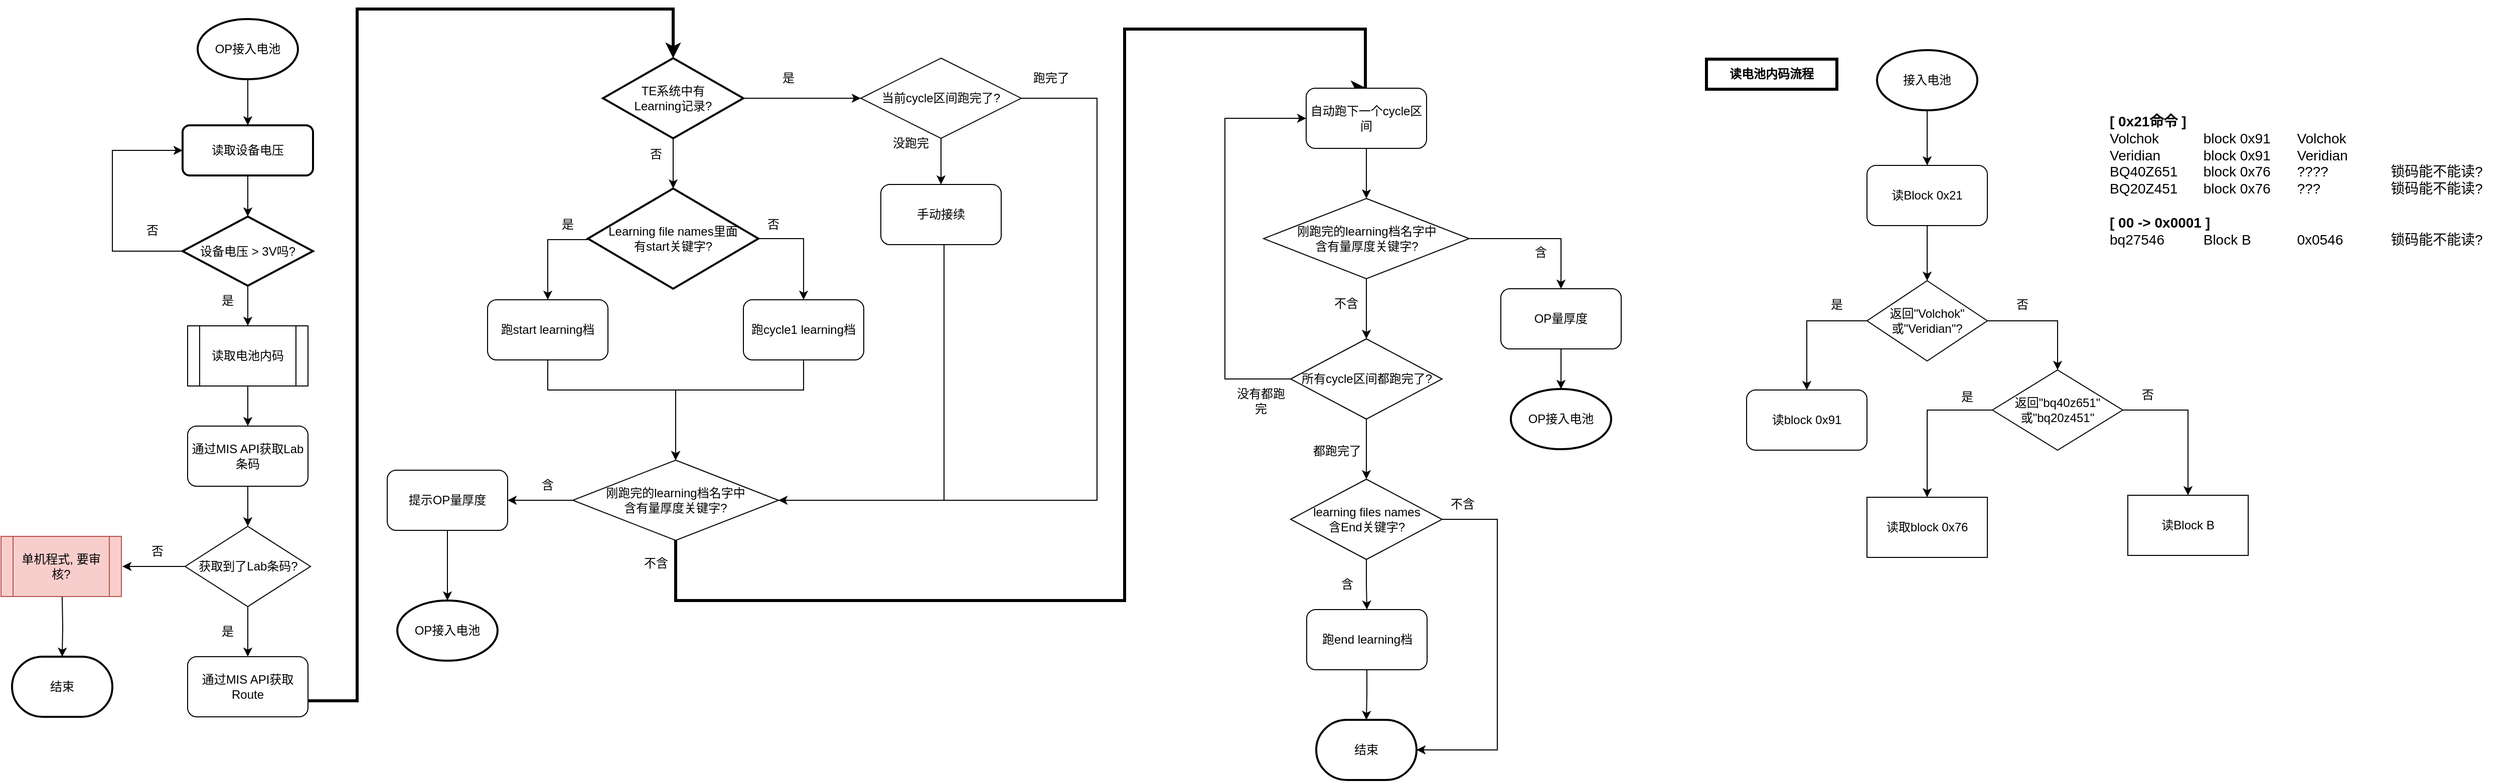
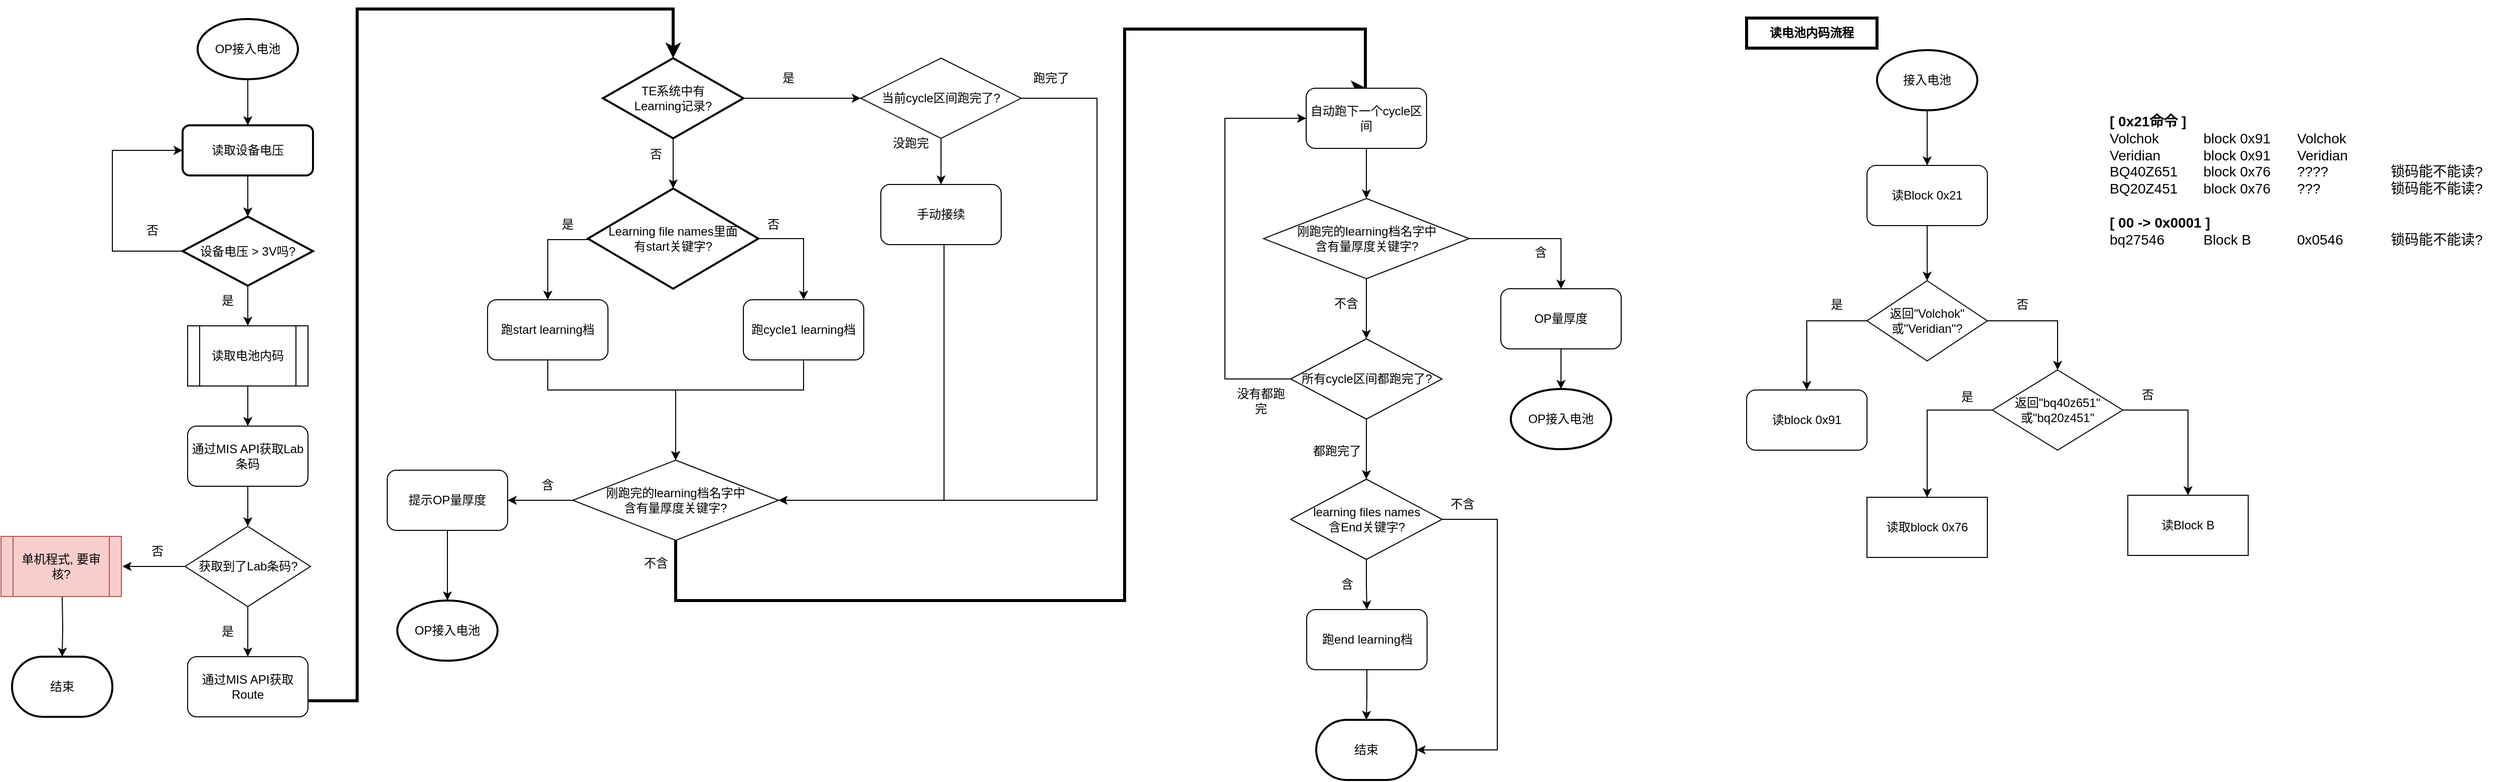
<mxfile host="app.diagrams.net">
  <diagram name="第 1 页" id="3HldnIOuQtLrwHUO-1mN">
    <mxGraphModel dx="1318" dy="774" grid="1" gridSize="10" guides="1" tooltips="1" connect="1" arrows="1" fold="1" page="1" pageScale="1" pageWidth="1169" pageHeight="827" background="#FFFFFF" math="0" shadow="0">
      <root>
        <mxCell id="0" />
        <mxCell id="1" parent="0" />
        <mxCell id="qRa3hty1LtdxE0hFs_0w-8" edge="1" parent="1" source="qRa3hty1LtdxE0hFs_0w-4" style="edgeStyle=orthogonalEdgeStyle;rounded=0;orthogonalLoop=1;jettySize=auto;html=1;" target="qRa3hty1LtdxE0hFs_0w-6" value="">
          <mxGeometry relative="1" as="geometry" />
        </mxCell>
        <mxCell id="qRa3hty1LtdxE0hFs_0w-4" parent="1" style="strokeWidth=2;html=1;shape=mxgraph.flowchart.start_1;whiteSpace=wrap;" value="OP接入电池" vertex="1">
          <mxGeometry height="60" width="100" x="216" y="20" as="geometry" />
        </mxCell>
        <mxCell id="qRa3hty1LtdxE0hFs_0w-9" edge="1" parent="1" source="qRa3hty1LtdxE0hFs_0w-6" style="edgeStyle=orthogonalEdgeStyle;rounded=0;orthogonalLoop=1;jettySize=auto;html=1;" target="qRa3hty1LtdxE0hFs_0w-7" value="">
          <mxGeometry relative="1" as="geometry" />
        </mxCell>
        <mxCell id="qRa3hty1LtdxE0hFs_0w-6" parent="1" style="rounded=1;whiteSpace=wrap;html=1;absoluteArcSize=1;arcSize=14;strokeWidth=2;" value="读取设备电压" vertex="1">
          <mxGeometry height="50" width="130" x="201" y="126" as="geometry" />
        </mxCell>
        <mxCell id="qRa3hty1LtdxE0hFs_0w-14" edge="1" parent="1" source="qRa3hty1LtdxE0hFs_0w-7" style="edgeStyle=orthogonalEdgeStyle;rounded=0;orthogonalLoop=1;jettySize=auto;html=1;" target="qRa3hty1LtdxE0hFs_0w-13" value="">
          <mxGeometry relative="1" as="geometry" />
        </mxCell>
        <mxCell id="qRa3hty1LtdxE0hFs_0w-25" edge="1" parent="1" source="qRa3hty1LtdxE0hFs_0w-7" style="edgeStyle=orthogonalEdgeStyle;rounded=0;orthogonalLoop=1;jettySize=auto;html=1;entryX=0;entryY=0.5;entryDx=0;entryDy=0;" target="qRa3hty1LtdxE0hFs_0w-6">
          <mxGeometry relative="1" as="geometry">
            <Array as="points">
              <mxPoint x="131" y="252" />
              <mxPoint x="131" y="151" />
            </Array>
            <mxPoint x="411" y="146" as="targetPoint" />
          </mxGeometry>
        </mxCell>
        <mxCell id="qRa3hty1LtdxE0hFs_0w-7" parent="1" style="strokeWidth=2;html=1;shape=mxgraph.flowchart.decision;whiteSpace=wrap;" value="设备电压 &amp;gt; 3V吗?" vertex="1">
          <mxGeometry height="69" width="130" x="201" y="217" as="geometry" />
        </mxCell>
        <mxCell id="qRa3hty1LtdxE0hFs_0w-11" parent="1" style="text;html=1;whiteSpace=wrap;strokeColor=none;fillColor=none;align=center;verticalAlign=middle;rounded=0;" value="&lt;div&gt;否&lt;/div&gt;" vertex="1">
          <mxGeometry height="30" width="60" x="141" y="216" as="geometry" />
        </mxCell>
        <mxCell id="qRa3hty1LtdxE0hFs_0w-12" parent="1" style="text;html=1;whiteSpace=wrap;strokeColor=none;fillColor=none;align=center;verticalAlign=middle;rounded=0;" value="&lt;div&gt;是&lt;/div&gt;" vertex="1">
          <mxGeometry height="30" width="60" x="216" y="286" as="geometry" />
        </mxCell>
        <mxCell id="qRa3hty1LtdxE0hFs_0w-16" edge="1" parent="1" source="qRa3hty1LtdxE0hFs_0w-13" style="edgeStyle=orthogonalEdgeStyle;rounded=0;orthogonalLoop=1;jettySize=auto;html=1;" target="qRa3hty1LtdxE0hFs_0w-15" value="">
          <mxGeometry relative="1" as="geometry" />
        </mxCell>
        <mxCell id="qRa3hty1LtdxE0hFs_0w-13" parent="1" style="shape=process;whiteSpace=wrap;html=1;backgroundOutline=1;" value="读取电池内码" vertex="1">
          <mxGeometry height="60" width="120" x="206" y="326" as="geometry" />
        </mxCell>
        <mxCell id="qRa3hty1LtdxE0hFs_0w-20" edge="1" parent="1" source="qRa3hty1LtdxE0hFs_0w-15" style="edgeStyle=orthogonalEdgeStyle;rounded=0;orthogonalLoop=1;jettySize=auto;html=1;" target="qRa3hty1LtdxE0hFs_0w-19" value="">
          <mxGeometry relative="1" as="geometry" />
        </mxCell>
        <mxCell id="qRa3hty1LtdxE0hFs_0w-15" parent="1" style="rounded=1;whiteSpace=wrap;html=1;" value="通过MIS API获取Lab条码" vertex="1">
          <mxGeometry height="60" width="120" x="206" y="426" as="geometry" />
        </mxCell>
        <mxCell id="qRa3hty1LtdxE0hFs_0w-31" edge="1" parent="1" source="qRa3hty1LtdxE0hFs_0w-17" style="edgeStyle=orthogonalEdgeStyle;rounded=0;orthogonalLoop=1;jettySize=auto;html=1;entryX=0.5;entryY=0;entryDx=0;entryDy=0;entryPerimeter=0;strokeWidth=3;" target="qRa3hty1LtdxE0hFs_0w-30" value="">
          <mxGeometry relative="1" as="geometry">
            <Array as="points">
              <mxPoint x="375" y="700" />
              <mxPoint x="375" y="10" />
              <mxPoint x="690" y="10" />
            </Array>
          </mxGeometry>
        </mxCell>
        <mxCell id="qRa3hty1LtdxE0hFs_0w-17" parent="1" style="rounded=1;whiteSpace=wrap;html=1;" value="通过MIS API获取Route" vertex="1">
          <mxGeometry height="60" width="120" x="206" y="656" as="geometry" />
        </mxCell>
        <mxCell id="qRa3hty1LtdxE0hFs_0w-21" edge="1" parent="1" source="qRa3hty1LtdxE0hFs_0w-19" style="edgeStyle=orthogonalEdgeStyle;rounded=0;orthogonalLoop=1;jettySize=auto;html=1;" target="qRa3hty1LtdxE0hFs_0w-17" value="">
          <mxGeometry relative="1" as="geometry" />
        </mxCell>
        <mxCell id="qRa3hty1LtdxE0hFs_0w-27" edge="1" parent="1" source="qRa3hty1LtdxE0hFs_0w-19" style="edgeStyle=orthogonalEdgeStyle;rounded=0;orthogonalLoop=1;jettySize=auto;html=1;" value="">
          <mxGeometry relative="1" as="geometry">
            <mxPoint x="141" y="566" as="targetPoint" />
          </mxGeometry>
        </mxCell>
        <mxCell id="qRa3hty1LtdxE0hFs_0w-19" parent="1" style="rhombus;whiteSpace=wrap;html=1;" value="获取到了Lab条码?" vertex="1">
          <mxGeometry height="80" width="125" x="203.5" y="526" as="geometry" />
        </mxCell>
        <mxCell id="qRa3hty1LtdxE0hFs_0w-22" parent="1" style="text;html=1;whiteSpace=wrap;strokeColor=none;fillColor=none;align=center;verticalAlign=middle;rounded=0;" value="是" vertex="1">
          <mxGeometry height="30" width="60" x="216" y="616" as="geometry" />
        </mxCell>
        <mxCell id="qRa3hty1LtdxE0hFs_0w-29" edge="1" parent="1" style="edgeStyle=orthogonalEdgeStyle;rounded=0;orthogonalLoop=1;jettySize=auto;html=1;" target="qRa3hty1LtdxE0hFs_0w-28" value="">
          <mxGeometry relative="1" as="geometry">
            <mxPoint x="81" y="596" as="sourcePoint" />
          </mxGeometry>
        </mxCell>
        <mxCell id="qRa3hty1LtdxE0hFs_0w-26" parent="1" style="shape=process;whiteSpace=wrap;html=1;backgroundOutline=1;fillColor=#f8cecc;strokeColor=#b85450;" value="单机程式, 要审核?" vertex="1">
          <mxGeometry height="60" width="120" x="20" y="536" as="geometry" />
        </mxCell>
        <mxCell id="qRa3hty1LtdxE0hFs_0w-28" parent="1" style="strokeWidth=2;html=1;shape=mxgraph.flowchart.terminator;whiteSpace=wrap;" value="结束" vertex="1">
          <mxGeometry height="60" width="100" x="31" y="656" as="geometry" />
        </mxCell>
        <mxCell id="qRa3hty1LtdxE0hFs_0w-34" edge="1" parent="1" source="qRa3hty1LtdxE0hFs_0w-30" style="edgeStyle=orthogonalEdgeStyle;rounded=0;orthogonalLoop=1;jettySize=auto;html=1;" target="qRa3hty1LtdxE0hFs_0w-33" value="">
          <mxGeometry relative="1" as="geometry" />
        </mxCell>
        <mxCell id="qRa3hty1LtdxE0hFs_0w-38" edge="1" parent="1" source="qRa3hty1LtdxE0hFs_0w-30" style="edgeStyle=orthogonalEdgeStyle;rounded=0;orthogonalLoop=1;jettySize=auto;html=1;" target="qRa3hty1LtdxE0hFs_0w-37" value="">
          <mxGeometry relative="1" as="geometry" />
        </mxCell>
        <mxCell id="qRa3hty1LtdxE0hFs_0w-30" parent="1" style="strokeWidth=2;html=1;shape=mxgraph.flowchart.decision;whiteSpace=wrap;" value="&lt;div&gt;TE系统中有&lt;/div&gt;&lt;div&gt;Learning记录?&lt;/div&gt;" vertex="1">
          <mxGeometry height="80" width="140" x="620" y="59" as="geometry" />
        </mxCell>
        <mxCell id="qRa3hty1LtdxE0hFs_0w-45" edge="1" parent="1" source="qRa3hty1LtdxE0hFs_0w-33" style="edgeStyle=orthogonalEdgeStyle;rounded=0;orthogonalLoop=1;jettySize=auto;html=1;" target="qRa3hty1LtdxE0hFs_0w-44" value="">
          <mxGeometry relative="1" as="geometry">
            <Array as="points">
              <mxPoint x="565" y="240" />
            </Array>
          </mxGeometry>
        </mxCell>
        <mxCell id="qRa3hty1LtdxE0hFs_0w-67" edge="1" parent="1" source="qRa3hty1LtdxE0hFs_0w-33" style="edgeStyle=orthogonalEdgeStyle;rounded=0;orthogonalLoop=1;jettySize=auto;html=1;entryX=0.5;entryY=0;entryDx=0;entryDy=0;exitX=1;exitY=0.5;exitDx=0;exitDy=0;exitPerimeter=0;" target="qRa3hty1LtdxE0hFs_0w-66">
          <mxGeometry relative="1" as="geometry" />
        </mxCell>
        <mxCell id="qRa3hty1LtdxE0hFs_0w-33" parent="1" style="strokeWidth=2;html=1;shape=mxgraph.flowchart.decision;whiteSpace=wrap;" value="&lt;div&gt;Learning file names里面&lt;/div&gt;&lt;div&gt;有start关键字?&lt;/div&gt;" vertex="1">
          <mxGeometry height="100" width="170" x="605" y="189" as="geometry" />
        </mxCell>
        <mxCell id="qRa3hty1LtdxE0hFs_0w-35" parent="1" style="text;html=1;whiteSpace=wrap;strokeColor=none;fillColor=none;align=center;verticalAlign=middle;rounded=0;" value="否" vertex="1">
          <mxGeometry height="30" width="60" x="642.5" y="140" as="geometry" />
        </mxCell>
        <mxCell id="qRa3hty1LtdxE0hFs_0w-36" parent="1" style="text;html=1;whiteSpace=wrap;strokeColor=none;fillColor=none;align=center;verticalAlign=middle;rounded=0;" value="是" vertex="1">
          <mxGeometry height="30" width="60" x="775" y="64" as="geometry" />
        </mxCell>
        <mxCell id="qRa3hty1LtdxE0hFs_0w-40" edge="1" parent="1" source="qRa3hty1LtdxE0hFs_0w-37" style="edgeStyle=orthogonalEdgeStyle;rounded=0;orthogonalLoop=1;jettySize=auto;html=1;" target="qRa3hty1LtdxE0hFs_0w-39" value="">
          <mxGeometry relative="1" as="geometry" />
        </mxCell>
        <mxCell id="qRa3hty1LtdxE0hFs_0w-115" edge="1" parent="1" style="edgeStyle=orthogonalEdgeStyle;rounded=0;orthogonalLoop=1;jettySize=auto;html=1;entryX=1;entryY=0.5;entryDx=0;entryDy=0;">
          <mxGeometry relative="1" as="geometry">
            <Array as="points">
              <mxPoint x="1112.5" y="99" />
              <mxPoint x="1112.5" y="500" />
            </Array>
            <mxPoint x="1022.5" y="99" as="sourcePoint" />
            <mxPoint x="767.5" y="500" as="targetPoint" />
          </mxGeometry>
        </mxCell>
        <mxCell id="qRa3hty1LtdxE0hFs_0w-37" parent="1" style="rhombus;whiteSpace=wrap;html=1;" value="当前cycle区间跑完了?" vertex="1">
          <mxGeometry height="80" width="160" x="877" y="59" as="geometry" />
        </mxCell>
        <mxCell id="qRa3hty1LtdxE0hFs_0w-74" edge="1" parent="1" source="qRa3hty1LtdxE0hFs_0w-39" style="edgeStyle=orthogonalEdgeStyle;rounded=0;orthogonalLoop=1;jettySize=auto;html=1;entryX=1;entryY=0.5;entryDx=0;entryDy=0;exitX=0.5;exitY=1;exitDx=0;exitDy=0;" target="qRa3hty1LtdxE0hFs_0w-49">
          <mxGeometry relative="1" as="geometry">
            <Array as="points">
              <mxPoint x="960" y="245" />
              <mxPoint x="960" y="500" />
            </Array>
            <mxPoint x="1005" y="240" as="sourcePoint" />
          </mxGeometry>
        </mxCell>
        <mxCell id="qRa3hty1LtdxE0hFs_0w-39" parent="1" style="rounded=1;whiteSpace=wrap;html=1;" value="手动接续" vertex="1">
          <mxGeometry height="60" width="120" x="897" y="185" as="geometry" />
        </mxCell>
        <mxCell id="qRa3hty1LtdxE0hFs_0w-41" parent="1" style="text;html=1;whiteSpace=wrap;strokeColor=none;fillColor=none;align=center;verticalAlign=middle;rounded=0;" value="没跑完" vertex="1">
          <mxGeometry height="30" width="60" x="897" y="129" as="geometry" />
        </mxCell>
        <mxCell id="qRa3hty1LtdxE0hFs_0w-71" edge="1" parent="1" source="qRa3hty1LtdxE0hFs_0w-44" style="edgeStyle=orthogonalEdgeStyle;rounded=0;orthogonalLoop=1;jettySize=auto;html=1;entryX=0.5;entryY=0;entryDx=0;entryDy=0;" target="qRa3hty1LtdxE0hFs_0w-49">
          <mxGeometry relative="1" as="geometry">
            <Array as="points">
              <mxPoint x="565" y="390" />
              <mxPoint x="693" y="390" />
            </Array>
          </mxGeometry>
        </mxCell>
        <mxCell id="qRa3hty1LtdxE0hFs_0w-44" parent="1" style="rounded=1;whiteSpace=wrap;html=1;" value="跑start learning档" vertex="1">
          <mxGeometry height="60" width="120" x="505" y="300" as="geometry" />
        </mxCell>
        <mxCell id="qRa3hty1LtdxE0hFs_0w-46" parent="1" style="text;html=1;whiteSpace=wrap;strokeColor=none;fillColor=none;align=center;verticalAlign=middle;rounded=0;" value="是" vertex="1">
          <mxGeometry height="30" width="60" x="555" y="210" as="geometry" />
        </mxCell>
        <mxCell id="qRa3hty1LtdxE0hFs_0w-52" edge="1" parent="1" source="qRa3hty1LtdxE0hFs_0w-49" style="edgeStyle=orthogonalEdgeStyle;rounded=0;orthogonalLoop=1;jettySize=auto;html=1;" target="qRa3hty1LtdxE0hFs_0w-51" value="">
          <mxGeometry relative="1" as="geometry" />
        </mxCell>
        <mxCell id="qRa3hty1LtdxE0hFs_0w-129" edge="1" parent="1" source="qRa3hty1LtdxE0hFs_0w-49" style="edgeStyle=orthogonalEdgeStyle;rounded=0;orthogonalLoop=1;jettySize=auto;html=1;entryX=0.5;entryY=0;entryDx=0;entryDy=0;exitX=0.5;exitY=1;exitDx=0;exitDy=0;strokeWidth=3;" target="qRa3hty1LtdxE0hFs_0w-55">
          <mxGeometry relative="1" as="geometry">
            <Array as="points">
              <mxPoint x="692" y="600" />
              <mxPoint x="1140" y="600" />
              <mxPoint x="1140" y="30" />
              <mxPoint x="1380" y="30" />
              <mxPoint x="1380" y="89" />
            </Array>
          </mxGeometry>
        </mxCell>
        <mxCell id="qRa3hty1LtdxE0hFs_0w-49" parent="1" style="rhombus;whiteSpace=wrap;html=1;" value="&lt;div&gt;刚跑完的learning档名字中&lt;/div&gt;&lt;div&gt;含有量厚度关键字?&lt;/div&gt;" vertex="1">
          <mxGeometry height="80" width="205" x="590" y="460" as="geometry" />
        </mxCell>
        <mxCell id="qRa3hty1LtdxE0hFs_0w-102" edge="1" parent="1" source="qRa3hty1LtdxE0hFs_0w-51" style="edgeStyle=orthogonalEdgeStyle;rounded=0;orthogonalLoop=1;jettySize=auto;html=1;" target="qRa3hty1LtdxE0hFs_0w-101" value="">
          <mxGeometry relative="1" as="geometry" />
        </mxCell>
        <mxCell id="qRa3hty1LtdxE0hFs_0w-51" parent="1" style="rounded=1;whiteSpace=wrap;html=1;" value="提示OP量厚度" vertex="1">
          <mxGeometry height="60" width="120" x="405" y="470" as="geometry" />
        </mxCell>
        <mxCell id="qRa3hty1LtdxE0hFs_0w-53" parent="1" style="text;html=1;whiteSpace=wrap;strokeColor=none;fillColor=none;align=center;verticalAlign=middle;rounded=0;" value="&lt;div&gt;含&lt;/div&gt;" vertex="1">
          <mxGeometry height="30" width="60" x="535" y="470" as="geometry" />
        </mxCell>
        <mxCell id="qRa3hty1LtdxE0hFs_0w-130" edge="1" parent="1" source="qRa3hty1LtdxE0hFs_0w-55" style="edgeStyle=orthogonalEdgeStyle;rounded=0;orthogonalLoop=1;jettySize=auto;html=1;" target="qRa3hty1LtdxE0hFs_0w-88" value="">
          <mxGeometry relative="1" as="geometry" />
        </mxCell>
        <mxCell id="qRa3hty1LtdxE0hFs_0w-55" parent="1" style="rounded=1;whiteSpace=wrap;html=1;" value="自动跑下一个cycle区间" vertex="1">
          <mxGeometry height="60" width="120" x="1321" y="89" as="geometry" />
        </mxCell>
        <mxCell id="qRa3hty1LtdxE0hFs_0w-57" parent="1" style="text;html=1;whiteSpace=wrap;strokeColor=none;fillColor=none;align=center;verticalAlign=middle;rounded=0;" value="否" vertex="1">
          <mxGeometry height="30" width="60" x="146" y="536" as="geometry" />
        </mxCell>
        <mxCell id="qRa3hty1LtdxE0hFs_0w-58" parent="1" style="text;html=1;whiteSpace=wrap;strokeColor=none;fillColor=none;align=center;verticalAlign=middle;rounded=0;" value="跑完了" vertex="1">
          <mxGeometry height="30" width="60" x="1037" y="64" as="geometry" />
        </mxCell>
        <mxCell id="qRa3hty1LtdxE0hFs_0w-73" edge="1" parent="1" source="qRa3hty1LtdxE0hFs_0w-66" style="edgeStyle=orthogonalEdgeStyle;rounded=0;orthogonalLoop=1;jettySize=auto;html=1;entryX=0.5;entryY=0;entryDx=0;entryDy=0;" target="qRa3hty1LtdxE0hFs_0w-49">
          <mxGeometry relative="1" as="geometry">
            <Array as="points">
              <mxPoint x="820" y="390" />
              <mxPoint x="693" y="390" />
            </Array>
          </mxGeometry>
        </mxCell>
        <mxCell id="qRa3hty1LtdxE0hFs_0w-66" parent="1" style="rounded=1;whiteSpace=wrap;html=1;" value="跑cycle1 learning档" vertex="1">
          <mxGeometry height="60" width="120" x="760" y="300" as="geometry" />
        </mxCell>
        <mxCell id="qRa3hty1LtdxE0hFs_0w-68" parent="1" style="text;html=1;whiteSpace=wrap;strokeColor=none;fillColor=none;align=center;verticalAlign=middle;rounded=0;" value="否" vertex="1">
          <mxGeometry height="30" width="60" x="760" y="210" as="geometry" />
        </mxCell>
        <mxCell id="qRa3hty1LtdxE0hFs_0w-75" parent="1" style="text;html=1;whiteSpace=wrap;strokeColor=none;fillColor=none;align=center;verticalAlign=middle;rounded=0;" value="不含" vertex="1">
          <mxGeometry height="30" width="60" x="642.5" y="548" as="geometry" />
        </mxCell>
        <mxCell id="qRa3hty1LtdxE0hFs_0w-132" edge="1" parent="1" source="qRa3hty1LtdxE0hFs_0w-88" style="edgeStyle=orthogonalEdgeStyle;rounded=0;orthogonalLoop=1;jettySize=auto;html=1;" target="qRa3hty1LtdxE0hFs_0w-91" value="">
          <mxGeometry relative="1" as="geometry" />
        </mxCell>
        <mxCell id="qRa3hty1LtdxE0hFs_0w-134" edge="1" parent="1" source="qRa3hty1LtdxE0hFs_0w-88" style="edgeStyle=orthogonalEdgeStyle;rounded=0;orthogonalLoop=1;jettySize=auto;html=1;" target="qRa3hty1LtdxE0hFs_0w-107" value="">
          <mxGeometry relative="1" as="geometry" />
        </mxCell>
        <mxCell id="qRa3hty1LtdxE0hFs_0w-88" parent="1" style="rhombus;whiteSpace=wrap;html=1;" value="&lt;div&gt;刚跑完的learning档名字中&lt;/div&gt;&lt;div&gt;含有量厚度关键字?&lt;/div&gt;" vertex="1">
          <mxGeometry height="80" width="205" x="1278.5" y="199" as="geometry" />
        </mxCell>
        <mxCell id="qRa3hty1LtdxE0hFs_0w-104" edge="1" parent="1" source="qRa3hty1LtdxE0hFs_0w-91" style="edgeStyle=orthogonalEdgeStyle;rounded=0;orthogonalLoop=1;jettySize=auto;html=1;" target="qRa3hty1LtdxE0hFs_0w-103" value="">
          <mxGeometry relative="1" as="geometry" />
        </mxCell>
        <mxCell id="qRa3hty1LtdxE0hFs_0w-91" parent="1" style="rounded=1;whiteSpace=wrap;html=1;" value="OP量厚度" vertex="1">
          <mxGeometry height="60" width="120" x="1515" y="289" as="geometry" />
        </mxCell>
        <mxCell id="qRa3hty1LtdxE0hFs_0w-93" parent="1" style="text;html=1;whiteSpace=wrap;strokeColor=none;fillColor=none;align=center;verticalAlign=middle;rounded=0;" value="含" vertex="1">
          <mxGeometry height="30" width="60" x="1525" y="238" as="geometry" />
        </mxCell>
        <mxCell id="qRa3hty1LtdxE0hFs_0w-95" parent="1" style="text;html=1;whiteSpace=wrap;strokeColor=none;fillColor=none;align=center;verticalAlign=middle;rounded=0;" value="不含" vertex="1">
          <mxGeometry height="30" width="60" x="1331" y="289" as="geometry" />
        </mxCell>
        <mxCell id="qRa3hty1LtdxE0hFs_0w-101" parent="1" style="strokeWidth=2;html=1;shape=mxgraph.flowchart.start_1;whiteSpace=wrap;" value="OP接入电池" vertex="1">
          <mxGeometry height="60" width="100" x="415" y="600" as="geometry" />
        </mxCell>
        <mxCell id="qRa3hty1LtdxE0hFs_0w-103" parent="1" style="strokeWidth=2;html=1;shape=mxgraph.flowchart.start_1;whiteSpace=wrap;" value="OP接入电池" vertex="1">
          <mxGeometry height="60" width="100" x="1525" y="389" as="geometry" />
        </mxCell>
        <mxCell id="qRa3hty1LtdxE0hFs_0w-118" edge="1" parent="1" source="qRa3hty1LtdxE0hFs_0w-107" style="edgeStyle=orthogonalEdgeStyle;rounded=0;orthogonalLoop=1;jettySize=auto;html=1;" target="qRa3hty1LtdxE0hFs_0w-117" value="">
          <mxGeometry relative="1" as="geometry" />
        </mxCell>
        <mxCell id="qRa3hty1LtdxE0hFs_0w-135" edge="1" parent="1" source="qRa3hty1LtdxE0hFs_0w-107" style="edgeStyle=orthogonalEdgeStyle;rounded=0;orthogonalLoop=1;jettySize=auto;html=1;entryX=0;entryY=0.5;entryDx=0;entryDy=0;" target="qRa3hty1LtdxE0hFs_0w-55">
          <mxGeometry relative="1" as="geometry">
            <Array as="points">
              <mxPoint x="1240" y="379" />
              <mxPoint x="1240" y="119" />
            </Array>
            <mxPoint x="1250" y="140" as="targetPoint" />
          </mxGeometry>
        </mxCell>
        <mxCell id="qRa3hty1LtdxE0hFs_0w-107" parent="1" style="rhombus;whiteSpace=wrap;html=1;" value="所有cycle区间都跑完了?" vertex="1">
          <mxGeometry height="80" width="151" x="1305.5" y="339" as="geometry" />
        </mxCell>
        <mxCell id="qRa3hty1LtdxE0hFs_0w-111" parent="1" style="text;html=1;whiteSpace=wrap;strokeColor=none;fillColor=none;align=center;verticalAlign=middle;rounded=0;" value="没有都跑完" vertex="1">
          <mxGeometry height="30" width="60" x="1245.5" y="386" as="geometry" />
        </mxCell>
        <mxCell id="qRa3hty1LtdxE0hFs_0w-112" parent="1" style="strokeWidth=2;html=1;shape=mxgraph.flowchart.terminator;whiteSpace=wrap;" value="结束" vertex="1">
          <mxGeometry height="60" width="100" x="1331" y="719" as="geometry" />
        </mxCell>
        <mxCell id="qRa3hty1LtdxE0hFs_0w-114" parent="1" style="text;html=1;whiteSpace=wrap;strokeColor=none;fillColor=none;align=center;verticalAlign=middle;rounded=0;" value="都跑完了" vertex="1">
          <mxGeometry height="30" width="60" x="1322" y="436" as="geometry" />
        </mxCell>
        <mxCell id="qRa3hty1LtdxE0hFs_0w-122" edge="1" parent="1" source="qRa3hty1LtdxE0hFs_0w-117" style="edgeStyle=orthogonalEdgeStyle;rounded=0;orthogonalLoop=1;jettySize=auto;html=1;" target="qRa3hty1LtdxE0hFs_0w-120" value="">
          <mxGeometry relative="1" as="geometry" />
        </mxCell>
        <mxCell id="qRa3hty1LtdxE0hFs_0w-117" parent="1" style="rhombus;whiteSpace=wrap;html=1;" value="&lt;div&gt;learning files names&lt;/div&gt;&lt;div&gt;含End关键字?&lt;/div&gt;" vertex="1">
          <mxGeometry height="80" width="151" x="1305.5" y="479" as="geometry" />
        </mxCell>
        <mxCell id="qRa3hty1LtdxE0hFs_0w-121" edge="1" parent="1" source="qRa3hty1LtdxE0hFs_0w-120" style="edgeStyle=orthogonalEdgeStyle;rounded=0;orthogonalLoop=1;jettySize=auto;html=1;" target="qRa3hty1LtdxE0hFs_0w-112" value="">
          <mxGeometry relative="1" as="geometry" />
        </mxCell>
        <mxCell id="qRa3hty1LtdxE0hFs_0w-120" parent="1" style="rounded=1;whiteSpace=wrap;html=1;" value="跑end learning档" vertex="1">
          <mxGeometry height="60" width="120" x="1321.5" y="609" as="geometry" />
        </mxCell>
        <mxCell id="qRa3hty1LtdxE0hFs_0w-123" parent="1" style="text;html=1;whiteSpace=wrap;strokeColor=none;fillColor=none;align=center;verticalAlign=middle;rounded=0;" value="含" vertex="1">
          <mxGeometry height="30" width="60" x="1331.5" y="569" as="geometry" />
        </mxCell>
        <mxCell id="qRa3hty1LtdxE0hFs_0w-124" edge="1" parent="1" source="qRa3hty1LtdxE0hFs_0w-117" style="edgeStyle=orthogonalEdgeStyle;rounded=0;orthogonalLoop=1;jettySize=auto;html=1;entryX=1;entryY=0.5;entryDx=0;entryDy=0;entryPerimeter=0;" target="qRa3hty1LtdxE0hFs_0w-112">
          <mxGeometry relative="1" as="geometry">
            <Array as="points">
              <mxPoint x="1511.5" y="519" />
              <mxPoint x="1511.5" y="749" />
            </Array>
          </mxGeometry>
        </mxCell>
        <mxCell id="qRa3hty1LtdxE0hFs_0w-125" parent="1" style="text;html=1;whiteSpace=wrap;strokeColor=none;fillColor=none;align=center;verticalAlign=middle;rounded=0;" value="不含" vertex="1">
          <mxGeometry height="30" width="60" x="1446.5" y="489" as="geometry" />
        </mxCell>
        <mxCell id="PsBZDfwHha2lWDHOalyY-6" edge="1" parent="1" source="qRa3hty1LtdxE0hFs_0w-136" style="edgeStyle=orthogonalEdgeStyle;rounded=0;orthogonalLoop=1;jettySize=auto;html=1;" target="PsBZDfwHha2lWDHOalyY-3" value="">
          <mxGeometry relative="1" as="geometry" />
        </mxCell>
        <mxCell id="qRa3hty1LtdxE0hFs_0w-136" parent="1" style="strokeWidth=2;html=1;shape=mxgraph.flowchart.start_1;whiteSpace=wrap;" value="接入电池" vertex="1">
          <mxGeometry height="60" width="100" x="1890" y="51" as="geometry" />
        </mxCell>
        <mxCell id="PsBZDfwHha2lWDHOalyY-1" parent="1" style="text;html=1;whiteSpace=wrap;strokeColor=default;fillColor=none;align=center;verticalAlign=middle;rounded=0;fontStyle=1;strokeWidth=3;" value="读电池内码流程" vertex="1">
-           <mxGeometry height="30" width="130" x="1720" y="60" as="geometry" />
+           <mxGeometry height="30" width="130" x="1760" y="19" as="geometry" />
        </mxCell>
        <mxCell id="PsBZDfwHha2lWDHOalyY-2" parent="1" style="text;html=1;whiteSpace=wrap;strokeColor=none;fillColor=none;align=left;verticalAlign=top;rounded=0;fontSize=14;" value="&lt;div&gt;&lt;b&gt;[ 0x21命令 ]&lt;/b&gt;&lt;/div&gt;&lt;div&gt;Volchok&lt;span style=&quot;white-space: pre;&quot;&gt;&#x9;&lt;/span&gt;&lt;span style=&quot;white-space: pre;&quot;&gt;&#x9;&lt;/span&gt;block 0x91&lt;span style=&quot;white-space: pre;&quot;&gt;&#x9;&lt;/span&gt;Volchok&lt;/div&gt;&lt;div&gt;Veridian&lt;span style=&quot;white-space: pre;&quot;&gt;&lt;span style=&quot;white-space: pre;&quot;&gt;&#x9;&lt;/span&gt;&lt;span style=&quot;white-space: pre;&quot;&gt;&#x9;&lt;/span&gt;block 0x91&#x9;Veridian&lt;/span&gt;&lt;/div&gt;&lt;div&gt;BQ40Z651&lt;span style=&quot;white-space: pre;&quot;&gt;&#x9;block 0x76&lt;/span&gt;&lt;span style=&quot;white-space: pre;&quot;&gt;&#x9;????&lt;span style=&quot;white-space: pre;&quot;&gt;&#x9;&lt;/span&gt;&lt;span style=&quot;white-space: pre;&quot;&gt;&#x9;&lt;/span&gt;锁码能不能读?&lt;/span&gt;&lt;/div&gt;&lt;div&gt;&lt;span style=&quot;white-space: pre;&quot;&gt;BQ20Z451&lt;span style=&quot;white-space: pre;&quot;&gt;&#x9;&lt;/span&gt;block 0x76&lt;span style=&quot;white-space: pre;&quot;&gt;&#x9;???&lt;span style=&quot;white-space: pre;&quot;&gt;&#x9;&lt;/span&gt;&lt;span style=&quot;white-space: pre;&quot;&gt;&#x9;&lt;/span&gt;&lt;span style=&quot;white-space: pre;&quot;&gt;&#x9;&lt;/span&gt;锁码能不能读?&lt;/span&gt;&lt;/span&gt;&lt;/div&gt;&lt;div&gt;&lt;br&gt;&lt;/div&gt;&lt;div&gt;&lt;b&gt;[ 00 -&amp;gt; 0x0001 ]&lt;/b&gt;&lt;/div&gt;&lt;div&gt;bq27546&lt;span style=&quot;white-space: pre;&quot;&gt;&#x9;&lt;/span&gt;&lt;span style=&quot;white-space: pre;&quot;&gt;&#x9;Block B&lt;span style=&quot;white-space: pre;&quot;&gt;&#x9;&lt;/span&gt;&lt;span style=&quot;white-space: pre;&quot;&gt;&#x9;&lt;/span&gt;0x0546&lt;span style=&quot;white-space: pre;&quot;&gt;&#x9;&lt;/span&gt;&lt;span style=&quot;white-space: pre;&quot;&gt;&#x9;&lt;/span&gt;锁码能不能读?&lt;/span&gt;&lt;/div&gt;&lt;div&gt;&lt;br&gt;&lt;/div&gt;" vertex="1">
          <mxGeometry height="174.5" width="390" x="2120" y="106.5" as="geometry" />
        </mxCell>
        <mxCell id="PsBZDfwHha2lWDHOalyY-7" edge="1" parent="1" source="PsBZDfwHha2lWDHOalyY-3" style="edgeStyle=orthogonalEdgeStyle;rounded=0;orthogonalLoop=1;jettySize=auto;html=1;" target="PsBZDfwHha2lWDHOalyY-5" value="">
          <mxGeometry relative="1" as="geometry" />
        </mxCell>
        <mxCell id="PsBZDfwHha2lWDHOalyY-3" parent="1" style="rounded=1;whiteSpace=wrap;html=1;" value="读Block 0x21" vertex="1">
          <mxGeometry height="60" width="120" x="1880" y="166" as="geometry" />
        </mxCell>
        <mxCell id="PsBZDfwHha2lWDHOalyY-27" edge="1" parent="1" source="PsBZDfwHha2lWDHOalyY-5" style="edgeStyle=orthogonalEdgeStyle;rounded=0;orthogonalLoop=1;jettySize=auto;html=1;" target="PsBZDfwHha2lWDHOalyY-26" value="">
          <mxGeometry relative="1" as="geometry" />
        </mxCell>
        <mxCell id="PsBZDfwHha2lWDHOalyY-35" edge="1" parent="1" source="PsBZDfwHha2lWDHOalyY-5" style="edgeStyle=orthogonalEdgeStyle;rounded=0;orthogonalLoop=1;jettySize=auto;html=1;entryX=0.5;entryY=0;entryDx=0;entryDy=0;" target="PsBZDfwHha2lWDHOalyY-12">
          <mxGeometry relative="1" as="geometry">
            <Array as="points">
              <mxPoint x="1820" y="321" />
            </Array>
          </mxGeometry>
        </mxCell>
        <mxCell id="PsBZDfwHha2lWDHOalyY-5" parent="1" style="rhombus;whiteSpace=wrap;html=1;" value="&lt;div&gt;返回&quot;Volchok&quot;&lt;/div&gt;&lt;div&gt;或&quot;Veridian&quot;?&lt;/div&gt;" vertex="1">
          <mxGeometry height="80" width="120" x="1880" y="281" as="geometry" />
        </mxCell>
        <mxCell id="PsBZDfwHha2lWDHOalyY-12" parent="1" style="rounded=1;whiteSpace=wrap;html=1;" value="读block 0x91" vertex="1">
          <mxGeometry height="60" width="120" x="1760" y="390" as="geometry" />
        </mxCell>
        <mxCell id="PsBZDfwHha2lWDHOalyY-14" parent="1" style="text;html=1;whiteSpace=wrap;strokeColor=none;fillColor=none;align=center;verticalAlign=middle;rounded=0;" value="是" vertex="1">
          <mxGeometry height="30" width="60" x="1820" y="290" as="geometry" />
        </mxCell>
        <mxCell id="PsBZDfwHha2lWDHOalyY-29" edge="1" parent="1" source="PsBZDfwHha2lWDHOalyY-26" style="edgeStyle=orthogonalEdgeStyle;rounded=0;orthogonalLoop=1;jettySize=auto;html=1;" target="PsBZDfwHha2lWDHOalyY-28" value="">
          <mxGeometry relative="1" as="geometry" />
        </mxCell>
        <mxCell id="PsBZDfwHha2lWDHOalyY-32" edge="1" parent="1" source="PsBZDfwHha2lWDHOalyY-26" style="edgeStyle=orthogonalEdgeStyle;rounded=0;orthogonalLoop=1;jettySize=auto;html=1;" target="PsBZDfwHha2lWDHOalyY-31" value="">
          <mxGeometry relative="1" as="geometry" />
        </mxCell>
        <mxCell id="PsBZDfwHha2lWDHOalyY-26" parent="1" style="rhombus;whiteSpace=wrap;html=1;" value="&lt;div&gt;返回&quot;bq40z651&quot;&lt;/div&gt;&lt;div&gt;或&quot;bq20z451&quot;&lt;/div&gt;" vertex="1">
          <mxGeometry height="80" width="130" x="2005" y="370" as="geometry" />
        </mxCell>
        <mxCell id="PsBZDfwHha2lWDHOalyY-28" parent="1" style="whiteSpace=wrap;html=1;" value="读取block 0x76" vertex="1">
          <mxGeometry height="60" width="120" x="1880" y="497" as="geometry" />
        </mxCell>
        <mxCell id="PsBZDfwHha2lWDHOalyY-30" parent="1" style="text;html=1;whiteSpace=wrap;strokeColor=none;fillColor=none;align=center;verticalAlign=middle;rounded=0;" value="是" vertex="1">
          <mxGeometry height="30" width="60" x="1950" y="382" as="geometry" />
        </mxCell>
        <mxCell id="PsBZDfwHha2lWDHOalyY-31" parent="1" style="whiteSpace=wrap;html=1;" value="读Block B" vertex="1">
          <mxGeometry height="60" width="120" x="2140" y="495" as="geometry" />
        </mxCell>
        <mxCell id="PsBZDfwHha2lWDHOalyY-33" parent="1" style="text;html=1;whiteSpace=wrap;strokeColor=none;fillColor=none;align=center;verticalAlign=middle;rounded=0;" value="否" vertex="1">
          <mxGeometry height="30" width="60" x="2005" y="290" as="geometry" />
        </mxCell>
        <mxCell id="PsBZDfwHha2lWDHOalyY-34" parent="1" style="text;html=1;whiteSpace=wrap;strokeColor=none;fillColor=none;align=center;verticalAlign=middle;rounded=0;" value="否" vertex="1">
          <mxGeometry height="30" width="60" x="2130" y="380" as="geometry" />
        </mxCell>
      </root>
    </mxGraphModel>
  </diagram>
</mxfile>
